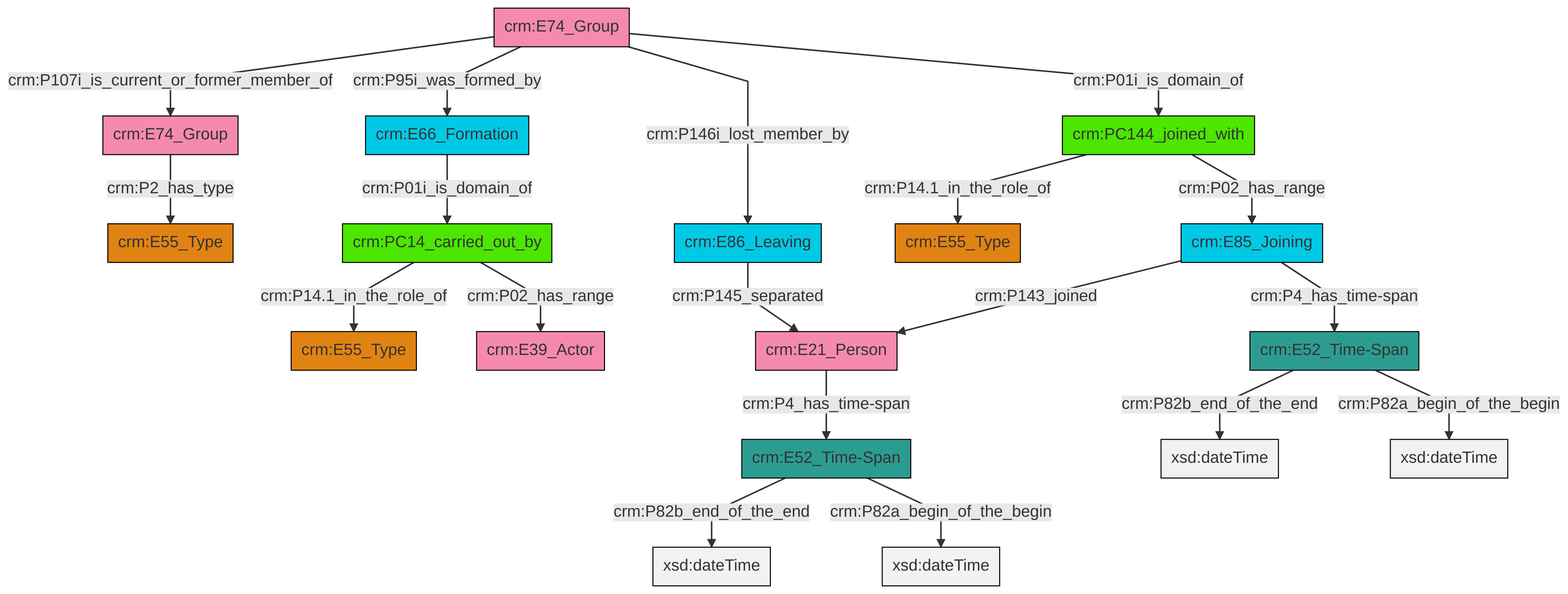
The Mermaid diagram et/groupCSV/ttl/mmd/png/group_actor_relations.png in swiss-art-research-net/reference-data-models, before a commit. Its source is kept beside it as et/groupCSV/ttl/mmd/group_actor_relations.ttl.mmd.
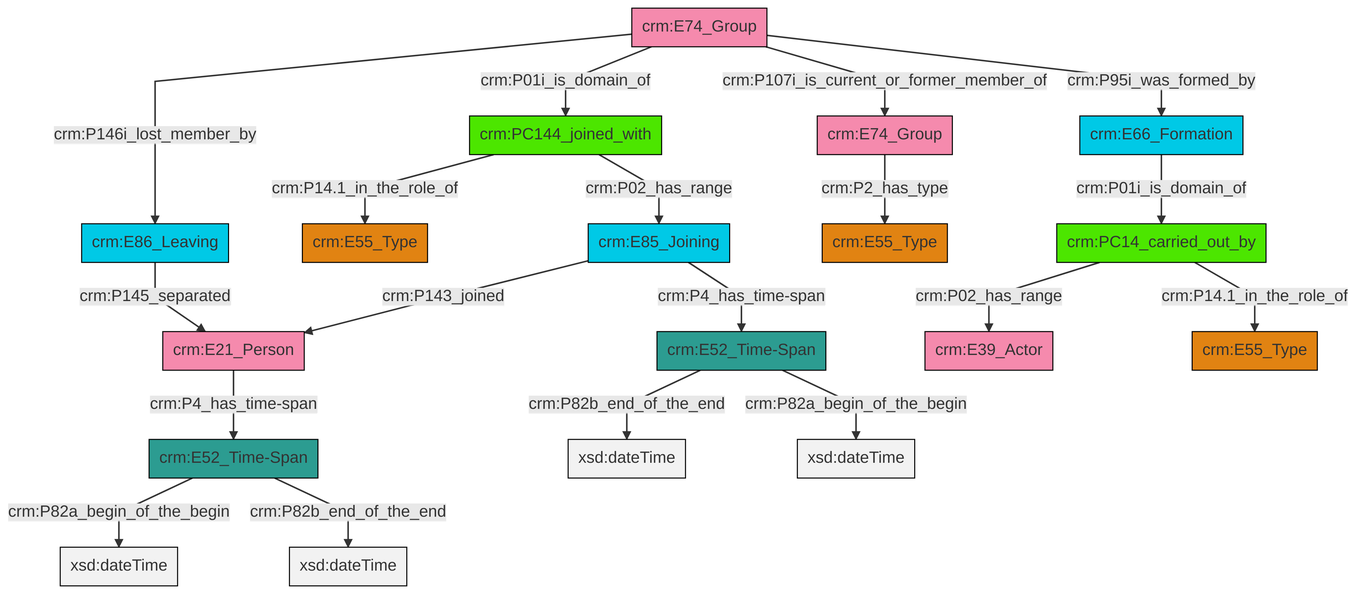
The same diagram one commit later.

Change to the diagram source:
```diff
@@ -13,21 +13,21 @@
 classDef PC_Classes fill:#4ce600, stroke:#000000;
 classDef Multi fill:#cccccc,stroke:#000000;
 
-0["crm:E52_Time-Span"]:::Time-Span -->|crm:P82b_end_of_the_end| 1[xsd:dateTime]:::Literal
-2["crm:E66_Formation"]:::Temporal_Entity -->|crm:P01i_is_domain_of| 3["crm:PC14_carried_out_by"]:::PC_Classes
-6["crm:E74_Group"]:::Actor -->|crm:P2_has_type| 4["crm:E55_Type"]:::Type
-7["crm:E52_Time-Span"]:::Time-Span -->|crm:P82b_end_of_the_end| 8[xsd:dateTime]:::Literal
-9["crm:E74_Group"]:::Actor -->|crm:P107i_is_current_or_former_member_of| 6["crm:E74_Group"]:::Actor
-10["crm:E21_Person"]:::Actor -->|crm:P4_has_time-span| 7["crm:E52_Time-Span"]:::Time-Span
-11["crm:E85_Joining"]:::Temporal_Entity -->|crm:P143_joined| 10["crm:E21_Person"]:::Actor
-9["crm:E74_Group"]:::Actor -->|crm:P95i_was_formed_by| 2["crm:E66_Formation"]:::Temporal_Entity
-15["crm:PC144_joined_with"]:::PC_Classes -->|crm:P14.1_in_the_role_of| 12["crm:E55_Type"]:::Type
-3["crm:PC14_carried_out_by"]:::PC_Classes -->|crm:P14.1_in_the_role_of| 17["crm:E55_Type"]:::Type
-3["crm:PC14_carried_out_by"]:::PC_Classes -->|crm:P02_has_range| 19["crm:E39_Actor"]:::Actor
-9["crm:E74_Group"]:::Actor -->|crm:P146i_lost_member_by| 20["crm:E86_Leaving"]:::Temporal_Entity
-11["crm:E85_Joining"]:::Temporal_Entity -->|crm:P4_has_time-span| 0["crm:E52_Time-Span"]:::Time-Span
-15["crm:PC144_joined_with"]:::PC_Classes -->|crm:P02_has_range| 11["crm:E85_Joining"]:::Temporal_Entity
-9["crm:E74_Group"]:::Actor -->|crm:P01i_is_domain_of| 15["crm:PC144_joined_with"]:::PC_Classes
-20["crm:E86_Leaving"]:::Temporal_Entity -->|crm:P145_separated| 10["crm:E21_Person"]:::Actor
-7["crm:E52_Time-Span"]:::Time-Span -->|crm:P82a_begin_of_the_begin| 31[xsd:dateTime]:::Literal
-0["crm:E52_Time-Span"]:::Time-Span -->|crm:P82a_begin_of_the_begin| 33[xsd:dateTime]:::Literal
+0["crm:E86_Leaving"]:::Temporal_Entity -->|crm:P145_separated| 1["crm:E21_Person"]:::Actor
+2["crm:E52_Time-Span"]:::Time-Span -->|crm:P82b_end_of_the_end| 3[xsd:dateTime]:::Literal
+4["crm:E52_Time-Span"]:::Time-Span -->|crm:P82a_begin_of_the_begin| 6[xsd:dateTime]:::Literal
+7["crm:E74_Group"]:::Actor -->|crm:P146i_lost_member_by| 0["crm:E86_Leaving"]:::Temporal_Entity
+14["crm:E85_Joining"]:::Temporal_Entity -->|crm:P143_joined| 1["crm:E21_Person"]:::Actor
+15["crm:PC14_carried_out_by"]:::PC_Classes -->|crm:P02_has_range| 16["crm:E39_Actor"]:::Actor
+7["crm:E74_Group"]:::Actor -->|crm:P01i_is_domain_of| 18["crm:PC144_joined_with"]:::PC_Classes
+15["crm:PC14_carried_out_by"]:::PC_Classes -->|crm:P14.1_in_the_role_of| 19["crm:E55_Type"]:::Type
+1["crm:E21_Person"]:::Actor -->|crm:P4_has_time-span| 4["crm:E52_Time-Span"]:::Time-Span
+9["crm:E66_Formation"]:::Temporal_Entity -->|crm:P01i_is_domain_of| 15["crm:PC14_carried_out_by"]:::PC_Classes
+7["crm:E74_Group"]:::Actor -->|crm:P107i_is_current_or_former_member_of| 28["crm:E74_Group"]:::Actor
+2["crm:E52_Time-Span"]:::Time-Span -->|crm:P82a_begin_of_the_begin| 29[xsd:dateTime]:::Literal
+7["crm:E74_Group"]:::Actor -->|crm:P95i_was_formed_by| 9["crm:E66_Formation"]:::Temporal_Entity
+14["crm:E85_Joining"]:::Temporal_Entity -->|crm:P4_has_time-span| 2["crm:E52_Time-Span"]:::Time-Span
+4["crm:E52_Time-Span"]:::Time-Span -->|crm:P82b_end_of_the_end| 31[xsd:dateTime]:::Literal
+28["crm:E74_Group"]:::Actor -->|crm:P2_has_type| 12["crm:E55_Type"]:::Type
+18["crm:PC144_joined_with"]:::PC_Classes -->|crm:P14.1_in_the_role_of| 26["crm:E55_Type"]:::Type
+18["crm:PC144_joined_with"]:::PC_Classes -->|crm:P02_has_range| 14["crm:E85_Joining"]:::Temporal_Entity
```
